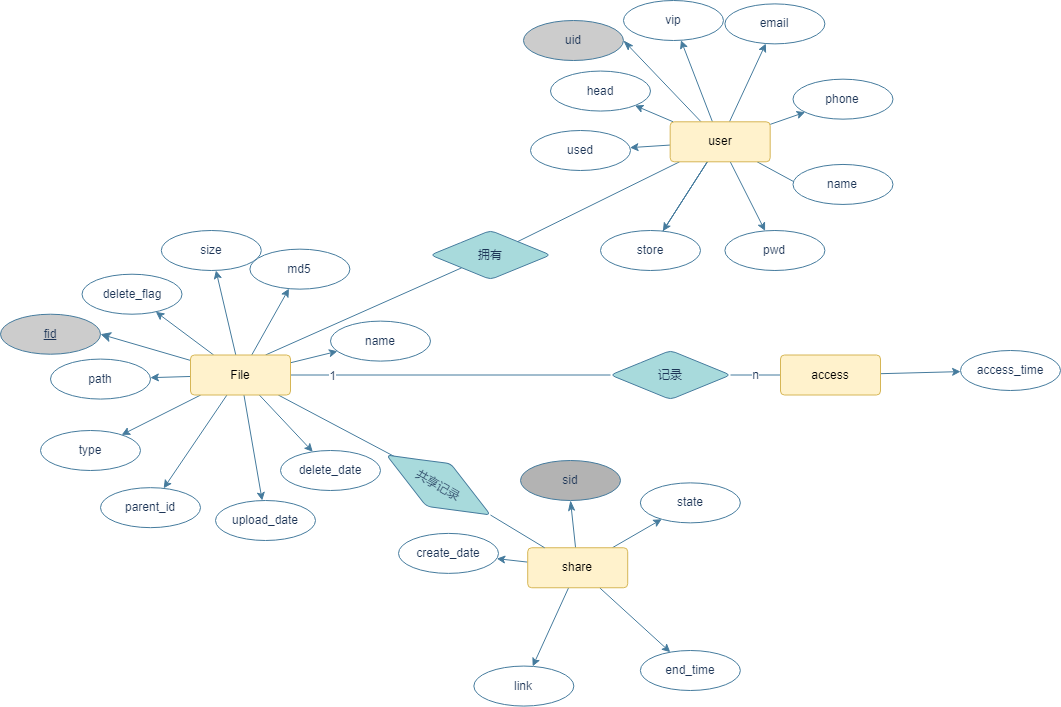
Before: CWZN/数据库E-R图.drawio.png, a diagram exported from draw.io (FEDuang/pictures). Source tidied: cells renumbered, new cells last; positions are measured from the earlier drawing's top-left corner, leaving out a move shared by most shapes.
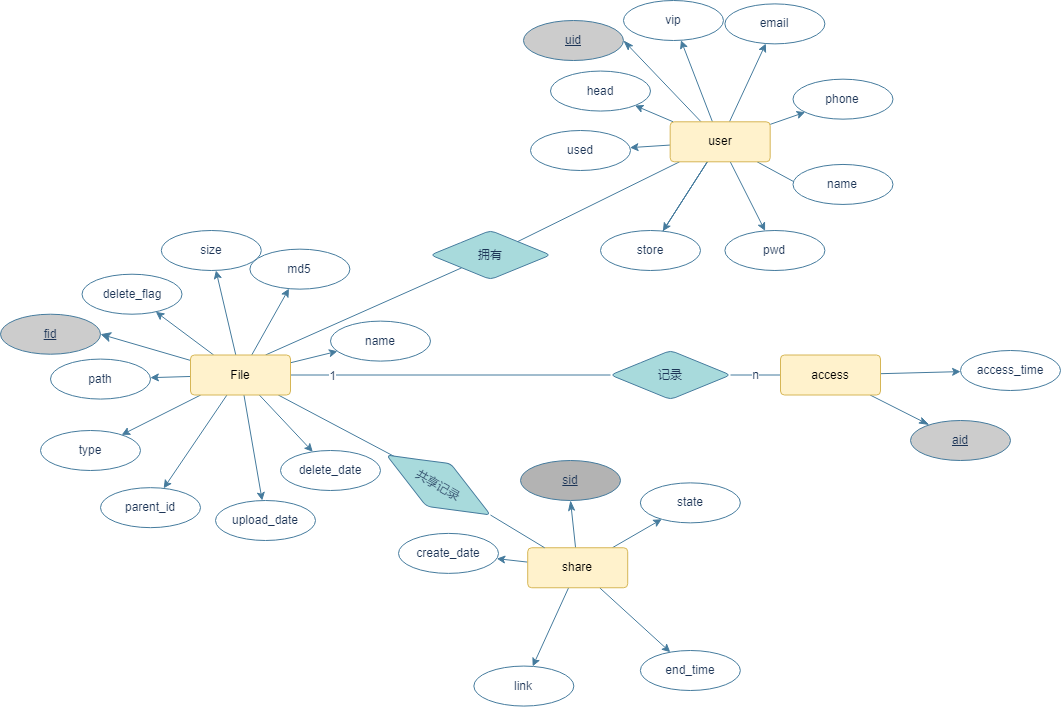
After the change.

Commit message:
更新数据库E-R图.drawio.png

The edit, as a diff of the source:
```diff
@@ -56,7 +56,7 @@
     <mxCell id="19" value="共享记录" style="rhombus;whiteSpace=wrap;html=1;fillColor=#A8DADC;strokeColor=#457B9D;fontColor=#1D3557;rounded=1;arcSize=10;rotation=30;" parent="1" vertex="1">
       <mxGeometry x="378" y="460" width="120" height="49" as="geometry" />
     </mxCell>
-    <mxCell id="20" value="sid" style="ellipse;whiteSpace=wrap;html=1;align=center;rounded=0;sketch=0;fontColor=#1D3557;strokeColor=#457B9D;fillColor=#B3B3B3;" parent="1" vertex="1">
+    <mxCell id="20" value="&lt;u&gt;sid&lt;/u&gt;" style="ellipse;whiteSpace=wrap;html=1;align=center;rounded=0;sketch=0;fontColor=#1D3557;strokeColor=#457B9D;fillColor=#B3B3B3;" parent="1" vertex="1">
       <mxGeometry x="520" y="460" width="100" height="40" as="geometry" />
     </mxCell>
     <mxCell id="21" value="file" parent="0" />
@@ -187,7 +187,7 @@
     <mxCell id="64" value="email" style="ellipse;whiteSpace=wrap;html=1;align=center;rounded=0;sketch=0;fontColor=#1D3557;strokeColor=#457B9D;fillColor=#FFFFFF;" parent="43" vertex="1">
       <mxGeometry x="724.4" y="3.4" width="100" height="40" as="geometry" />
     </mxCell>
-    <mxCell id="65" value="uid" style="ellipse;whiteSpace=wrap;html=1;align=center;rounded=0;sketch=0;fontColor=#1D3557;strokeColor=#457B9D;fillColor=#CCCCCC;" parent="43" vertex="1">
+    <mxCell id="65" value="&lt;u&gt;uid&lt;/u&gt;" style="ellipse;whiteSpace=wrap;html=1;align=center;rounded=0;sketch=0;fontColor=#1D3557;strokeColor=#457B9D;fillColor=#CCCCCC;" parent="43" vertex="1">
       <mxGeometry x="523" y="20" width="100" height="40" as="geometry" />
     </mxCell>
     <mxCell id="66" value="access" parent="0" />
@@ -197,11 +197,17 @@
     <mxCell id="68" value="n" style="edgeStyle=none;rounded=1;sketch=0;jettySize=auto;html=1;fontColor=#1D3557;strokeColor=#457B9D;fillColor=#A8DADC;endArrow=none;endFill=0;" parent="66" edge="1" source="69" target="14">
       <mxGeometry relative="1" as="geometry" />
     </mxCell>
+    <mxCell id="71" style="edgeStyle=none;rounded=0;jettySize=auto;html=1;fontSize=12;endArrow=classicThin;endFill=1;endSize=8;strokeColor=#457B9D;strokeWidth=1;" parent="66" edge="1" source="69" target="72">
+      <mxGeometry relative="1" as="geometry" />
+    </mxCell>
     <mxCell id="69" value="access" style="rounded=1;arcSize=10;whiteSpace=wrap;html=1;align=center;fillColor=#fff2cc;strokeColor=#d6b656;" parent="66" vertex="1">
       <mxGeometry x="780" y="354.5" width="100" height="40" as="geometry" />
     </mxCell>
     <mxCell id="70" value="access_time" style="ellipse;whiteSpace=wrap;html=1;align=center;rounded=0;sketch=0;fontColor=#1D3557;strokeColor=#457B9D;fillColor=#FFFFFF;" parent="66" vertex="1">
       <mxGeometry x="960" y="350" width="100" height="40" as="geometry" />
     </mxCell>
+    <mxCell id="72" value="&lt;u&gt;aid&lt;/u&gt;" style="ellipse;whiteSpace=wrap;html=1;align=center;rounded=0;sketch=0;fontColor=#1D3557;strokeColor=#457B9D;fillColor=#CCCCCC;" parent="66" vertex="1">
+      <mxGeometry x="910" y="420" width="100" height="40" as="geometry" />
+    </mxCell>
   </root>
 </mxGraphModel>
```
